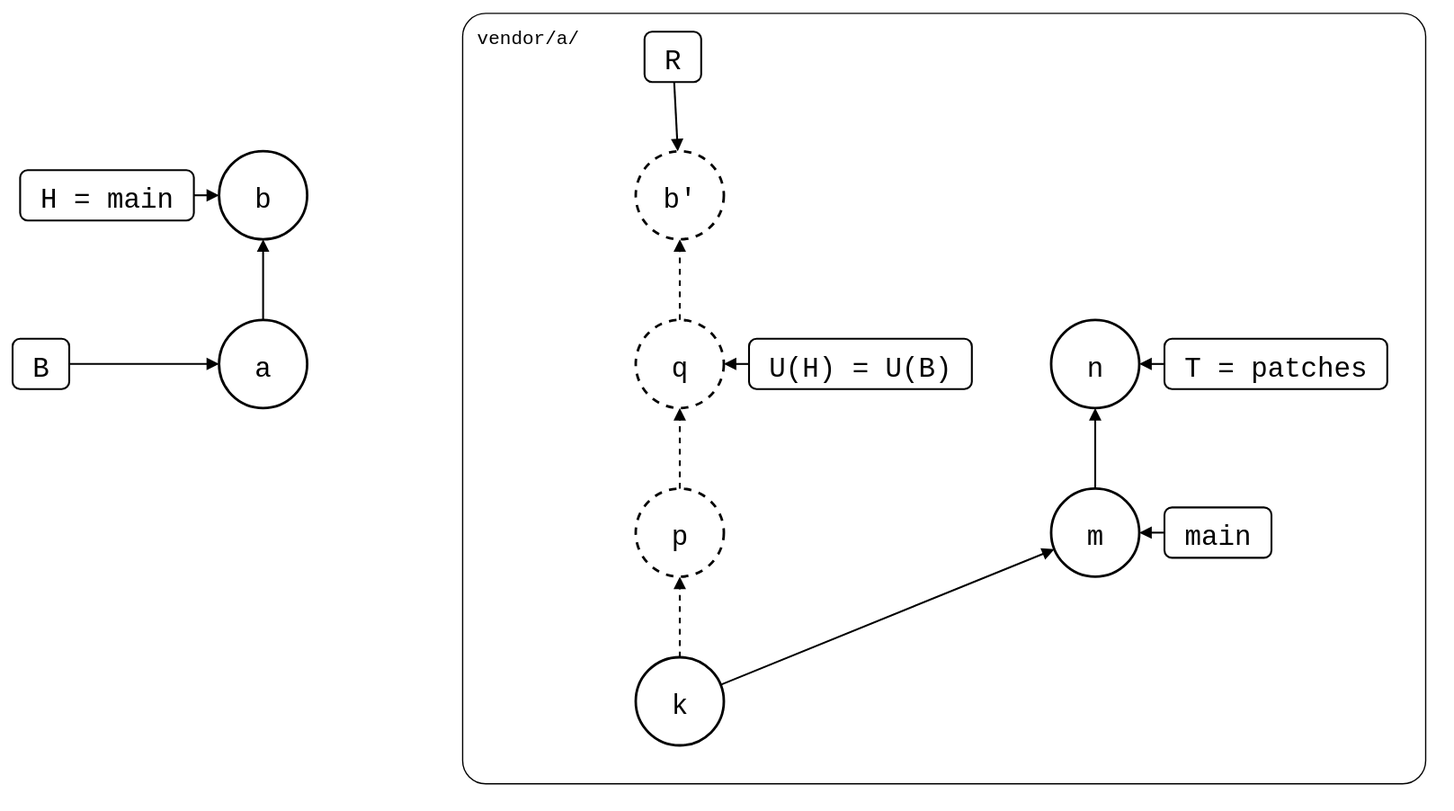
Earlier version of the draw.io export test/scenarios/06-rewritten-history/04-patch-branch-rebased/01-unpushed-local-commit/unpushed-local-commit.drawio.svg (roschaefer/git-splice). Source tidied: cells renumbered, new cells last; positions are measured from the earlier drawing's top-left corner, leaving out a move shared by most shapes.
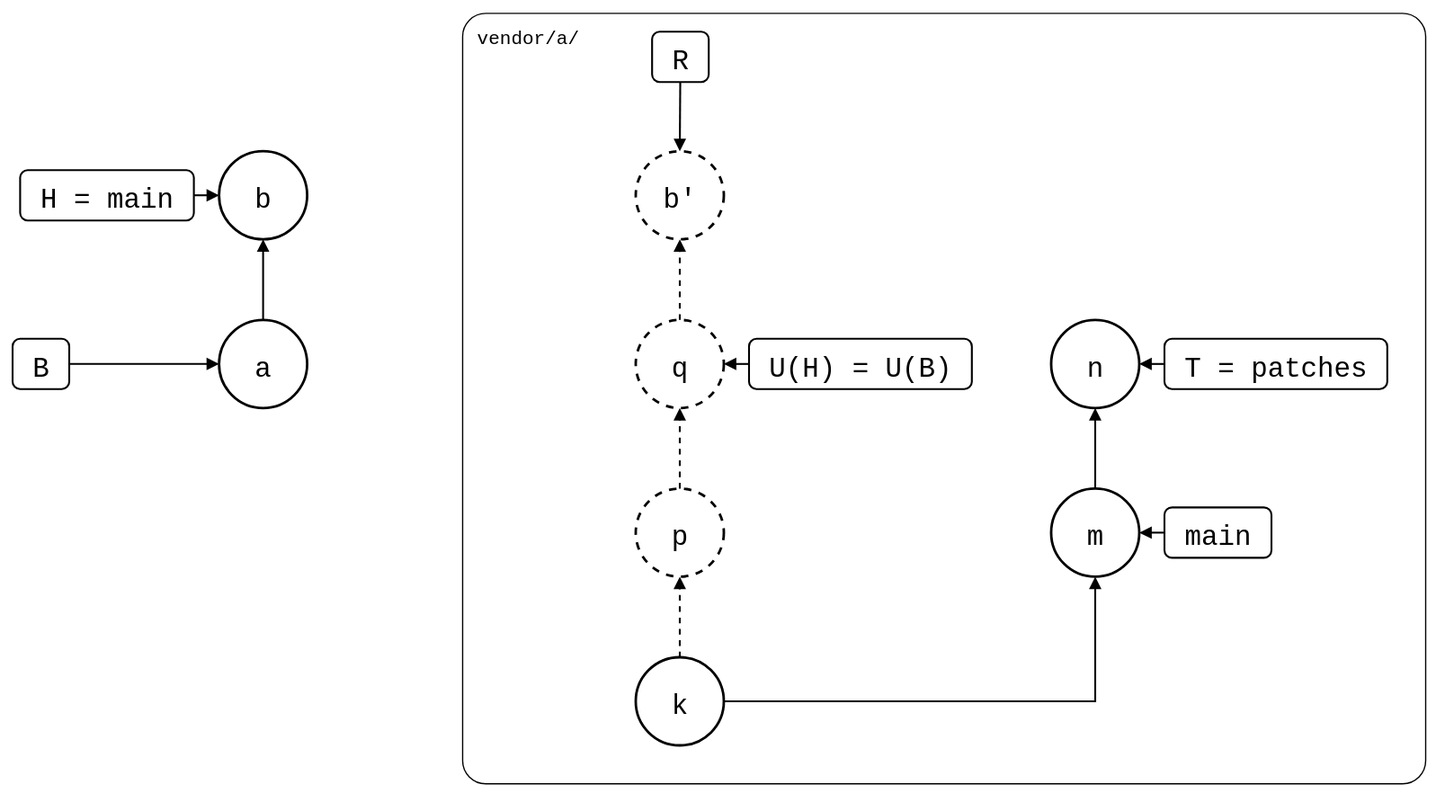
After the commit.

Change to the diagram source:
```diff
@@ -36,7 +36,7 @@
       <mxGeometry y="259" width="45" height="40" as="geometry" />
     </mxCell>
     <mxCell id="13" value="R" style="rounded=1;strokeWidth=1.5;fontSize=22;fontFamily=Roboto Mono,monospace;" parent="1" vertex="1">
-      <mxGeometry x="502" y="15" width="45" height="40" as="geometry" />
+      <mxGeometry x="508" y="15" width="45" height="40" as="geometry" />
     </mxCell>
     <mxCell id="14" value="U(H) = U(B)" style="rounded=1;strokeWidth=1.5;fontSize=22;fontFamily=Roboto Mono,monospace;" parent="1" vertex="1">
       <mxGeometry x="585" y="259" width="177" height="40" as="geometry" />
@@ -53,7 +53,7 @@
     <mxCell id="18" style="endArrow=block;endFill=1;html=1;strokeWidth=1.5;rounded=0;dashed=1;" parent="1" edge="1" source="4" target="5">
       <mxGeometry relative="1" as="geometry" />
     </mxCell>
-    <mxCell id="19" style="endArrow=block;endFill=1;html=1;strokeWidth=1.5;rounded=0;" parent="1" edge="1" source="3" target="6">
+    <mxCell id="19" style="edgeStyle=orthogonalEdgeStyle;exitX=1;exitY=0.5;entryX=0.5;entryY=1;endArrow=block;endFill=1;html=1;strokeWidth=1.5;rounded=0;" parent="1" edge="1" source="3" target="6">
       <mxGeometry relative="1" as="geometry" />
     </mxCell>
     <mxCell id="20" style="endArrow=block;endFill=1;html=1;strokeWidth=1.5;rounded=0;" parent="1" edge="1" source="6" target="7">
```
